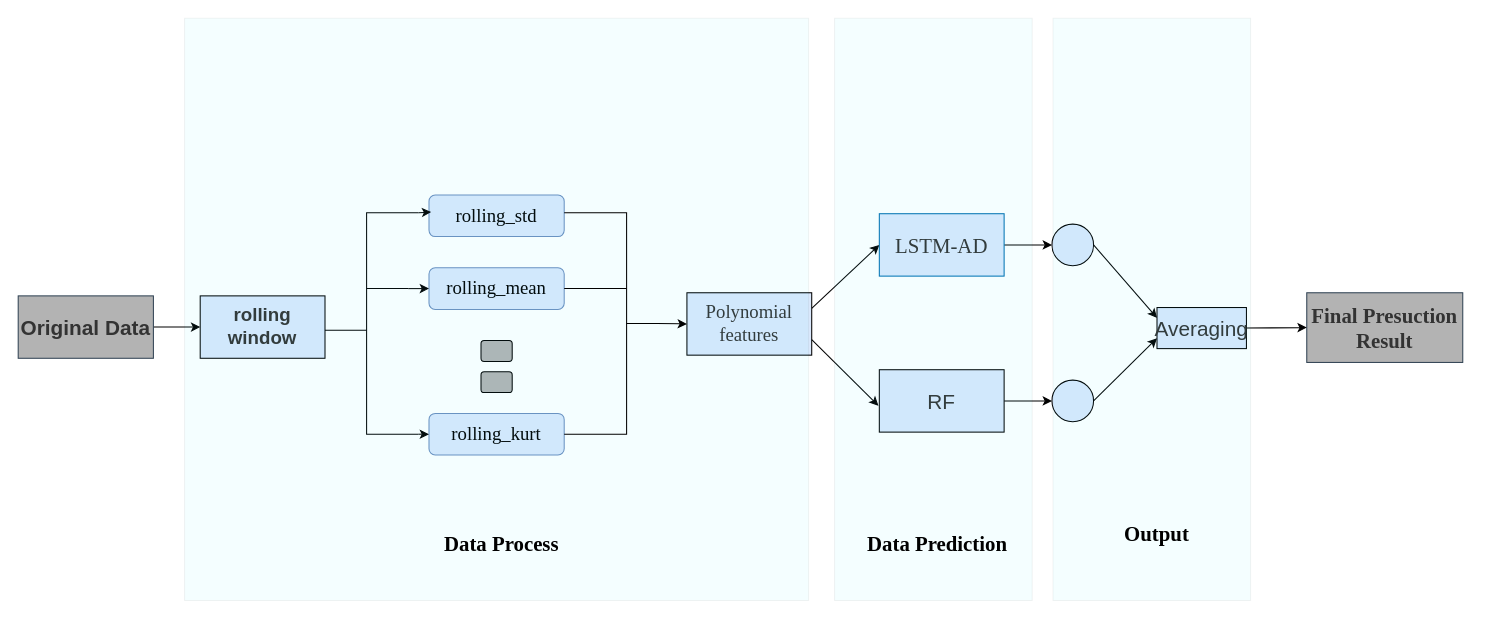
Above: huihe.drawio in Lu-Ming-Song/C (draw.io), before the change. Source tidied: cells renumbered, new cells numbered last; positions are measured from the earlier drawing's top-left corner, leaving out a move shared by most shapes. Both pictures are drawn from the tidied source at 104%, with x=0, y=0 at pixel (18, 18).
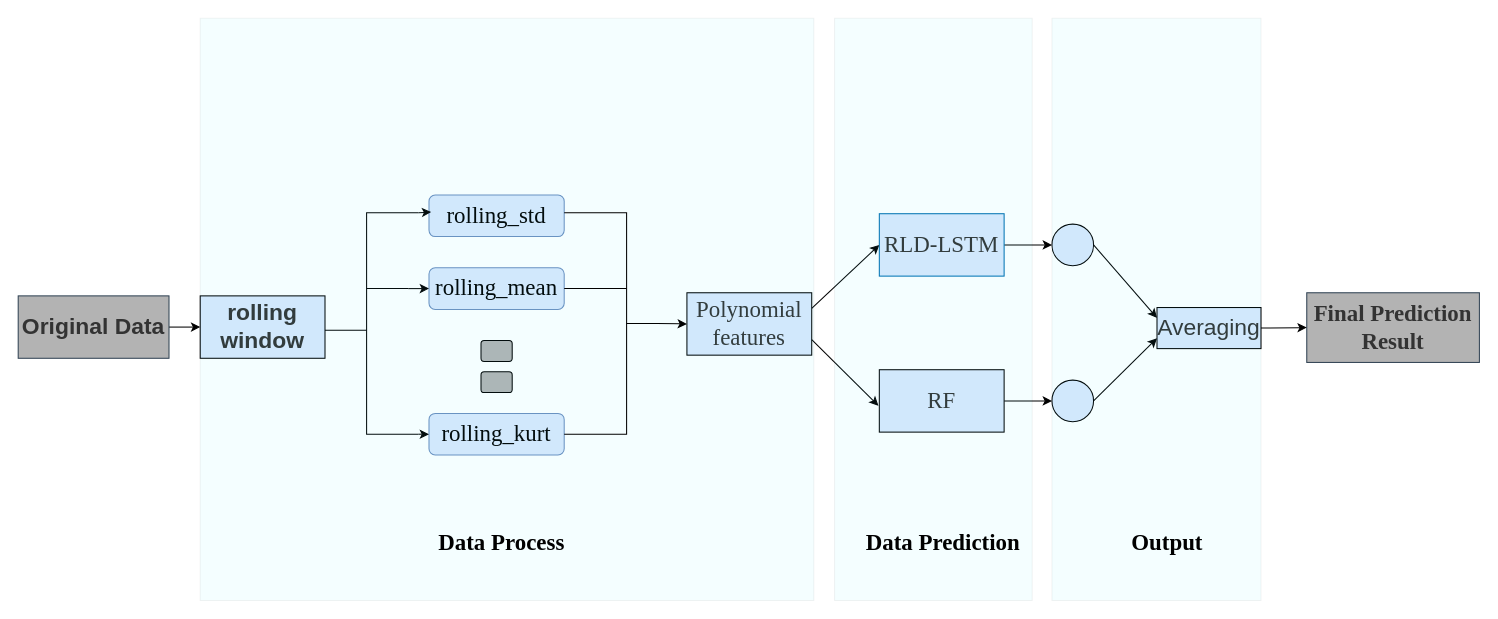
The same diagram, later.

Change to the diagram source:
```diff
@@
-    <mxCell id="3" value="&lt;font color=&quot;#333333&quot; style=&quot;font-size: 20px;&quot;&gt;&lt;b&gt;Original&amp;nbsp;&lt;span style=&quot;background-color: initial;&quot;&gt;Data&lt;/span&gt;&lt;/b&gt;&lt;/font&gt;" style="rounded=0;whiteSpace=wrap;html=1;fillColor=#B3B3B3;strokeColor=#314354;fontColor=#ffffff;" parent="1" vertex="1">
-      <mxGeometry y="267" width="130" height="60" as="geometry" />
+    <mxCell id="3" value="&lt;font color=&quot;#333333&quot; style=&quot;font-size: 22px;&quot;&gt;&lt;b&gt;Original&amp;nbsp;&lt;span style=&quot;background-color: initial;&quot;&gt;Data&lt;/span&gt;&lt;/b&gt;&lt;/font&gt;" style="rounded=0;whiteSpace=wrap;html=1;fillColor=#B3B3B3;strokeColor=#314354;fontColor=#ffffff;" parent="1" vertex="1">
+      <mxGeometry y="267" width="145" height="60" as="geometry" />
     </mxCell>
-    <mxCell id="4" value="&lt;b style=&quot;font-size: 18px;&quot;&gt;&lt;span style=&quot;font-family: 等线;&quot; lang=&quot;EN-US&quot;&gt;&lt;font color=&quot;#333333&quot;&gt;rolling&lt;br&gt;window&lt;/font&gt;&lt;/span&gt;&lt;/b&gt;" style="rounded=0;whiteSpace=wrap;html=1;fillColor=#DAE8FC;" parent="1" vertex="1">
+    <mxCell id="4" value="&lt;b style=&quot;font-size: 18px;&quot;&gt;&lt;span style=&quot;font-family: 等线; font-size: 22px;&quot; lang=&quot;EN-US&quot;&gt;&lt;font style=&quot;font-size: 22px;&quot; color=&quot;#333333&quot;&gt;rolling&lt;br&gt;window&lt;/font&gt;&lt;/span&gt;&lt;/b&gt;" style="rounded=0;whiteSpace=wrap;html=1;fillColor=#DAE8FC;" parent="1" vertex="1">
       <mxGeometry x="175" y="267" width="120" height="60" as="geometry" />
     </mxCell>
-    <mxCell id="5" value="&lt;div style=&quot;font-size: 18px;&quot;&gt;&lt;span style=&quot;font-family: &amp;quot;Times New Roman&amp;quot;;&quot;&gt;rolling_mean&lt;/span&gt;&lt;br&gt;&lt;/div&gt;" style="rounded=1;whiteSpace=wrap;html=1;fillColor=#dae8fc;strokeColor=#6c8ebf;" parent="1" vertex="1">
+    <mxCell id="5" value="&lt;div style=&quot;&quot;&gt;&lt;span style=&quot;font-family: &amp;quot;Times New Roman&amp;quot;;&quot;&gt;&lt;font style=&quot;font-size: 22px;&quot;&gt;rolling_mean&lt;/font&gt;&lt;/span&gt;&lt;br&gt;&lt;/div&gt;" style="rounded=1;whiteSpace=wrap;html=1;fillColor=#dae8fc;strokeColor=#6c8ebf;" parent="1" vertex="1">
       <mxGeometry x="395" y="240" width="130" height="40" as="geometry" />
     </mxCell>
-    <mxCell id="6" value="&lt;div&gt;&lt;font style=&quot;font-size: 18px;&quot; face=&quot;Times New Roman&quot;&gt;rolling_kurt&lt;/font&gt;&lt;/div&gt;" style="rounded=1;whiteSpace=wrap;html=1;fillColor=#dae8fc;strokeColor=#6c8ebf;" parent="1" vertex="1">
+    <mxCell id="6" value="&lt;div&gt;&lt;font style=&quot;font-size: 22px;&quot; face=&quot;Times New Roman&quot;&gt;rolling_kurt&lt;/font&gt;&lt;/div&gt;" style="rounded=1;whiteSpace=wrap;html=1;fillColor=#dae8fc;strokeColor=#6c8ebf;" parent="1" vertex="1">
       <mxGeometry x="395" y="380" width="130" height="40" as="geometry" />
     </mxCell>
-    <mxCell id="7" value="&lt;div&gt;&lt;font face=&quot;Times New Roman&quot; style=&quot;font-size: 18px;&quot;&gt;rolling_std&lt;/font&gt;&lt;/div&gt;" style="rounded=1;whiteSpace=wrap;html=1;fillColor=#dae8fc;strokeColor=#6c8ebf;" parent="1" vertex="1">
+    <mxCell id="7" value="&lt;div&gt;&lt;font face=&quot;Times New Roman&quot; style=&quot;font-size: 22px;&quot;&gt;rolling_std&lt;/font&gt;&lt;/div&gt;" style="rounded=1;whiteSpace=wrap;html=1;fillColor=#dae8fc;strokeColor=#6c8ebf;" parent="1" vertex="1">
       <mxGeometry x="395" y="170" width="130" height="40" as="geometry" />
     </mxCell>
@@
-    <mxCell id="11" value="&lt;span style=&quot;&quot; lang=&quot;EN-US&quot;&gt;&lt;font color=&quot;#333333&quot; style=&quot;font-size: 18px;&quot; face=&quot;Times New Roman&quot;&gt;Polynomial&lt;br&gt;features&lt;/font&gt;&lt;/span&gt;" style="rounded=0;whiteSpace=wrap;html=1;fillColor=#DAE8FC;" parent="1" vertex="1">
+    <mxCell id="11" value="&lt;span style=&quot;font-size: 22px;&quot; lang=&quot;EN-US&quot;&gt;&lt;font color=&quot;#333333&quot; style=&quot;font-size: 22px;&quot; face=&quot;Times New Roman&quot;&gt;Polynomial&lt;br&gt;features&lt;/font&gt;&lt;/span&gt;" style="rounded=0;whiteSpace=wrap;html=1;fillColor=#DAE8FC;" parent="1" vertex="1">
       <mxGeometry x="643" y="264" width="120" height="60" as="geometry" />
     </mxCell>
@@
-    <mxCell id="13" value="&lt;font color=&quot;#333333&quot; style=&quot;font-size: 20px;&quot; face=&quot;Times New Roman&quot;&gt;LSTM-AD&lt;/font&gt;" style="rounded=0;whiteSpace=wrap;html=1;fillColor=#DAE8FC;fontColor=#ffffff;strokeColor=#006EAF;" parent="1" vertex="1">
+    <mxCell id="13" value="&lt;font color=&quot;#333333&quot; style=&quot;font-size: 22px;&quot; face=&quot;Times New Roman&quot;&gt;RLD-LSTM&lt;/font&gt;" style="rounded=0;whiteSpace=wrap;html=1;fillColor=#DAE8FC;fontColor=#ffffff;strokeColor=#006EAF;" parent="1" vertex="1">
       <mxGeometry x="828" y="188" width="120" height="60" as="geometry" />
     </mxCell>
@@
-    <mxCell id="15" value="&lt;font color=&quot;#333333&quot; style=&quot;font-size: 20px;&quot;&gt;RF&lt;/font&gt;" style="rounded=0;whiteSpace=wrap;html=1;fillColor=#DAE8FC;" parent="1" vertex="1">
+    <mxCell id="15" value="&lt;font face=&quot;Times New Roman&quot; color=&quot;#333333&quot; style=&quot;font-size: 22px;&quot;&gt;RF&lt;/font&gt;" style="rounded=0;whiteSpace=wrap;html=1;fillColor=#DAE8FC;" parent="1" vertex="1">
       <mxGeometry x="828" y="338" width="120" height="60" as="geometry" />
     </mxCell>
-    <mxCell id="16" value="&lt;font style=&quot;font-size: 20px;&quot; face=&quot;Times New Roman&quot; color=&quot;#333333&quot;&gt;&lt;b style=&quot;&quot;&gt;Final Presuction&lt;/b&gt;&lt;/font&gt;&lt;div style=&quot;color: rgb(0, 0, 0); font-size: 20px;&quot;&gt;&lt;font style=&quot;font-size: 20px;&quot; face=&quot;Times New Roman&quot; color=&quot;#333333&quot;&gt;&lt;b style=&quot;&quot;&gt;Result&lt;/b&gt;&lt;/font&gt;&lt;/div&gt;" style="rounded=0;whiteSpace=wrap;html=1;fillColor=#B3B3B3;strokeColor=#314354;fontColor=#ffffff;" parent="1" vertex="1">
-      <mxGeometry x="1239" y="264" width="150" height="67" as="geometry" />
+    <mxCell id="16" value="&lt;font face=&quot;Times New Roman&quot; style=&quot;font-size: 22px;&quot; color=&quot;#333333&quot;&gt;&lt;b style=&quot;&quot;&gt;Final Prediction&lt;/b&gt;&lt;/font&gt;&lt;div style=&quot;color: rgb(0, 0, 0); font-size: 22px;&quot;&gt;&lt;font face=&quot;Times New Roman&quot; style=&quot;font-size: 22px;&quot; color=&quot;#333333&quot;&gt;&lt;b style=&quot;&quot;&gt;Result&lt;/b&gt;&lt;/font&gt;&lt;/div&gt;" style="rounded=0;whiteSpace=wrap;html=1;fillColor=#B3B3B3;strokeColor=#314354;fontColor=#ffffff;" parent="1" vertex="1">
+      <mxGeometry x="1239" y="264" width="166" height="67" as="geometry" />
     </mxCell>
@@
-    <mxCell id="22" value="&lt;font color=&quot;#333333&quot; style=&quot;font-size: 20px;&quot;&gt;Averaging&lt;/font&gt;" style="rounded=0;whiteSpace=wrap;html=1;fillColor=#DAE8FC;" parent="1" vertex="1">
-      <mxGeometry x="1095" y="278.2" width="86" height="39.5" as="geometry" />
+    <mxCell id="22" value="&lt;font color=&quot;#333333&quot; style=&quot;font-size: 22px;&quot;&gt;Averaging&lt;/font&gt;" style="rounded=0;whiteSpace=wrap;html=1;fillColor=#DAE8FC;" parent="1" vertex="1">
+      <mxGeometry x="1095" y="278.2" width="100" height="39.5" as="geometry" />
     </mxCell>
@@
     <mxCell id="30" style="verticalLabelPosition=bottom;verticalAlign=top;html=1;shape=mxgraph.basic.rect;fillColor2=none;strokeWidth=1;size=20;indent=5;opacity=5;fillColor=#36DDFF;" parent="1" vertex="1">
-      <mxGeometry x="160" width="600" height="560" as="geometry" />
+      <mxGeometry x="175" width="590" height="560" as="geometry" />
     </mxCell>
     <mxCell id="31" style="verticalLabelPosition=bottom;verticalAlign=top;html=1;shape=mxgraph.basic.rect;fillColor2=none;strokeWidth=1;size=20;indent=5;opacity=5;fillColor=#36DDFF;" parent="1" vertex="1">
-      <mxGeometry x="995" width="190" height="560" as="geometry" />
+      <mxGeometry x="994" width="201" height="560" as="geometry" />
     </mxCell>
@@
-    <mxCell id="33" value="&lt;font style=&quot;font-size: 20px;&quot; face=&quot;Times New Roman&quot;&gt;&lt;b&gt;Data Process&lt;/b&gt;&lt;/font&gt;" style="text;strokeColor=none;align=center;fillColor=none;html=1;verticalAlign=middle;whiteSpace=wrap;rounded=0;" parent="1" vertex="1">
+    <mxCell id="33" value="&lt;font size=&quot;1&quot; style=&quot;&quot; face=&quot;Times New Roman&quot;&gt;&lt;b style=&quot;font-size: 22px;&quot;&gt;Data Process&lt;/b&gt;&lt;/font&gt;" style="text;strokeColor=none;align=center;fillColor=none;html=1;verticalAlign=middle;whiteSpace=wrap;rounded=0;" parent="1" vertex="1">
       <mxGeometry x="395" y="490" width="140" height="30" as="geometry" />
     </mxCell>
-    <mxCell id="34" value="&lt;font style=&quot;font-size: 20px;&quot; face=&quot;Times New Roman&quot;&gt;&lt;b&gt;Data Prediction&lt;/b&gt;&lt;/font&gt;" style="text;strokeColor=none;align=center;fillColor=none;html=1;verticalAlign=middle;whiteSpace=wrap;rounded=0;" parent="1" vertex="1">
-      <mxGeometry x="814" y="490" width="140" height="30" as="geometry" />
+    <mxCell id="34" value="&lt;font size=&quot;1&quot; style=&quot;&quot; face=&quot;Times New Roman&quot;&gt;&lt;b style=&quot;font-size: 22px;&quot;&gt;Data Prediction&lt;/b&gt;&lt;/font&gt;" style="text;strokeColor=none;align=center;fillColor=none;html=1;verticalAlign=middle;whiteSpace=wrap;rounded=0;" parent="1" vertex="1">
+      <mxGeometry x="814" y="490" width="151" height="30" as="geometry" />
     </mxCell>
-    <mxCell id="35" value="&lt;font style=&quot;font-size: 20px;&quot; face=&quot;Times New Roman&quot;&gt;&lt;b&gt;Output&lt;/b&gt;&lt;/font&gt;" style="text;strokeColor=none;align=center;fillColor=none;html=1;verticalAlign=middle;whiteSpace=wrap;rounded=0;" parent="1" vertex="1">
-      <mxGeometry x="1025" y="480" width="140" height="30" as="geometry" />
+    <mxCell id="35" value="&lt;font size=&quot;1&quot; style=&quot;&quot; face=&quot;Times New Roman&quot;&gt;&lt;b style=&quot;font-size: 22px;&quot;&gt;Output&lt;/b&gt;&lt;/font&gt;" style="text;strokeColor=none;align=center;fillColor=none;html=1;verticalAlign=middle;whiteSpace=wrap;rounded=0;" parent="1" vertex="1">
+      <mxGeometry x="1035" y="490" width="140" height="30" as="geometry" />
     </mxCell>
```
